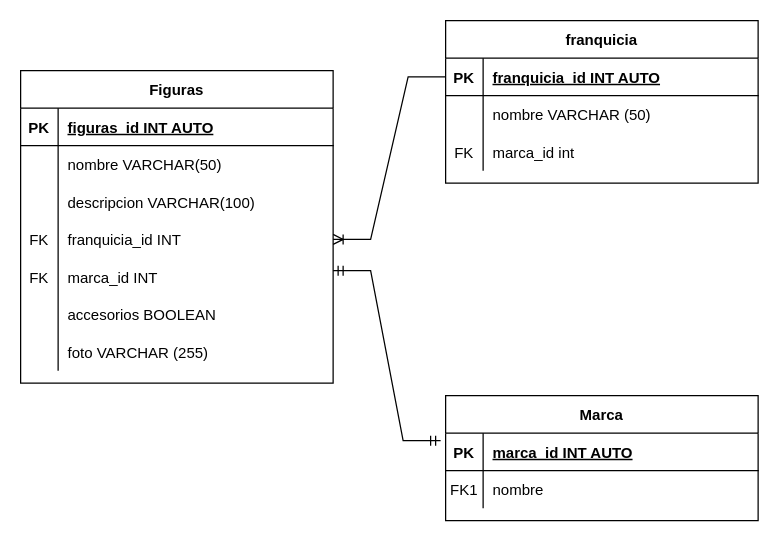
AlexisFlo/ModeladoDatos keeps this draw.io diagram as Hobby/Figuras_ModeloRelacional.drawio. Above is the earlier version. Source tidied: cells renumbered, new cells numbered last; positions are measured from the earlier drawing's top-left corner, leaving out a move shared by most shapes. Both pictures are drawn from the tidied source at 125%, with x=0, y=0 at pixel (20, 20).
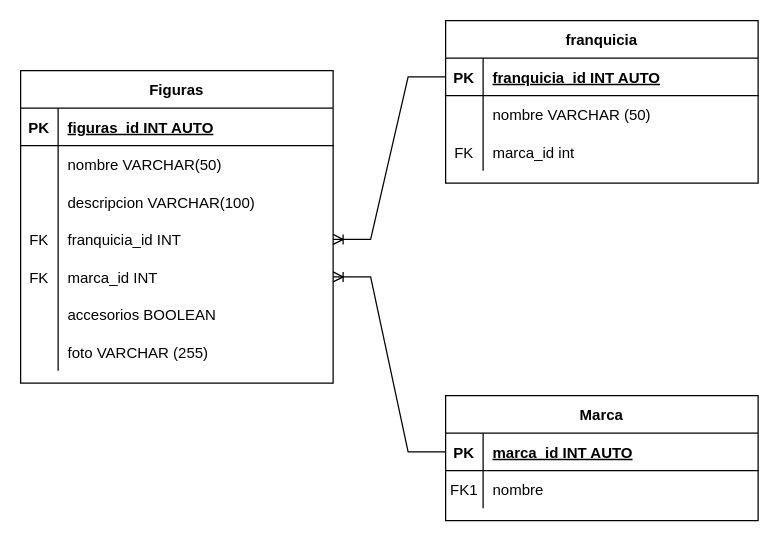
After the change.

The change refers to these unchanged cells:
```xml
<mxCell id="13" style="shape=partialRectangle;fillColor=none;points=[[0,0.5],[1,0.5]];portConstraint=eastwest;top=0;left=0;right=0;bottom=1;" parent="12" vertex="1">
  <mxGeometry y="30" width="250" height="30" as="geometry" />
</mxCell>
<mxCell id="32" style="shape=partialRectangle;fillColor=none;points=[[0,0.5],[1,0.5]];portConstraint=eastwest;top=0;left=0;right=0;bottom=0;" parent="19" vertex="1">
  <mxGeometry y="150" width="250" height="30" as="geometry" />
</mxCell>
```

Change to the diagram source:
```diff
@@
-    <mxCell id="42" style="edgeStyle=entityRelationEdgeStyle;fontSize=12;html=1;endArrow=ERmandOne;startArrow=ERmandOne;rounded=0;entryX=-0.016;entryY=0.2;entryDx=0;entryDy=0;entryPerimeter=0;" parent="1" edge="1" target="13">
-      <mxGeometry relative="1" as="geometry">
-        <mxPoint x="250" y="200" as="sourcePoint" />
-      </mxGeometry>
-    </mxCell>
+    <mxCell id="43" style="edgeStyle=entityRelationEdgeStyle;fontSize=12;html=1;endArrow=ERoneToMany;rounded=0;exitX=0;exitY=0.5;exitDx=0;exitDy=0;" parent="1" edge="1" source="13" target="32">
+      <mxGeometry relative="1" as="geometry" />
+    </mxCell>
```
